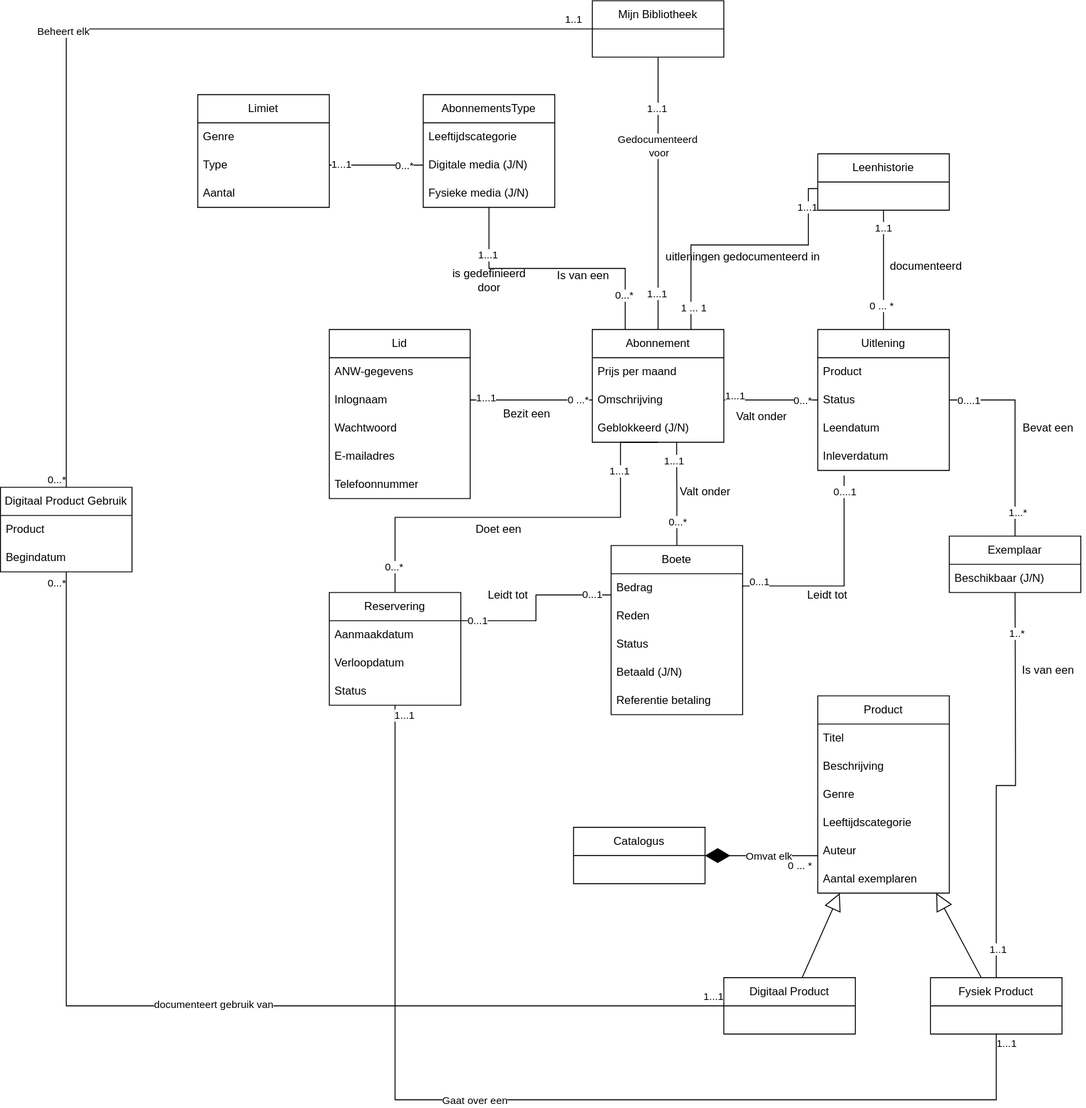
Above: documents/domain-model/domain-model.svg in pieter-groenendijk/oose-library-management-system (draw.io), before the change. Source tidied: cells renumbered, new cells last; positions are measured from the earlier drawing's top-left corner, leaving out a move shared by most shapes.
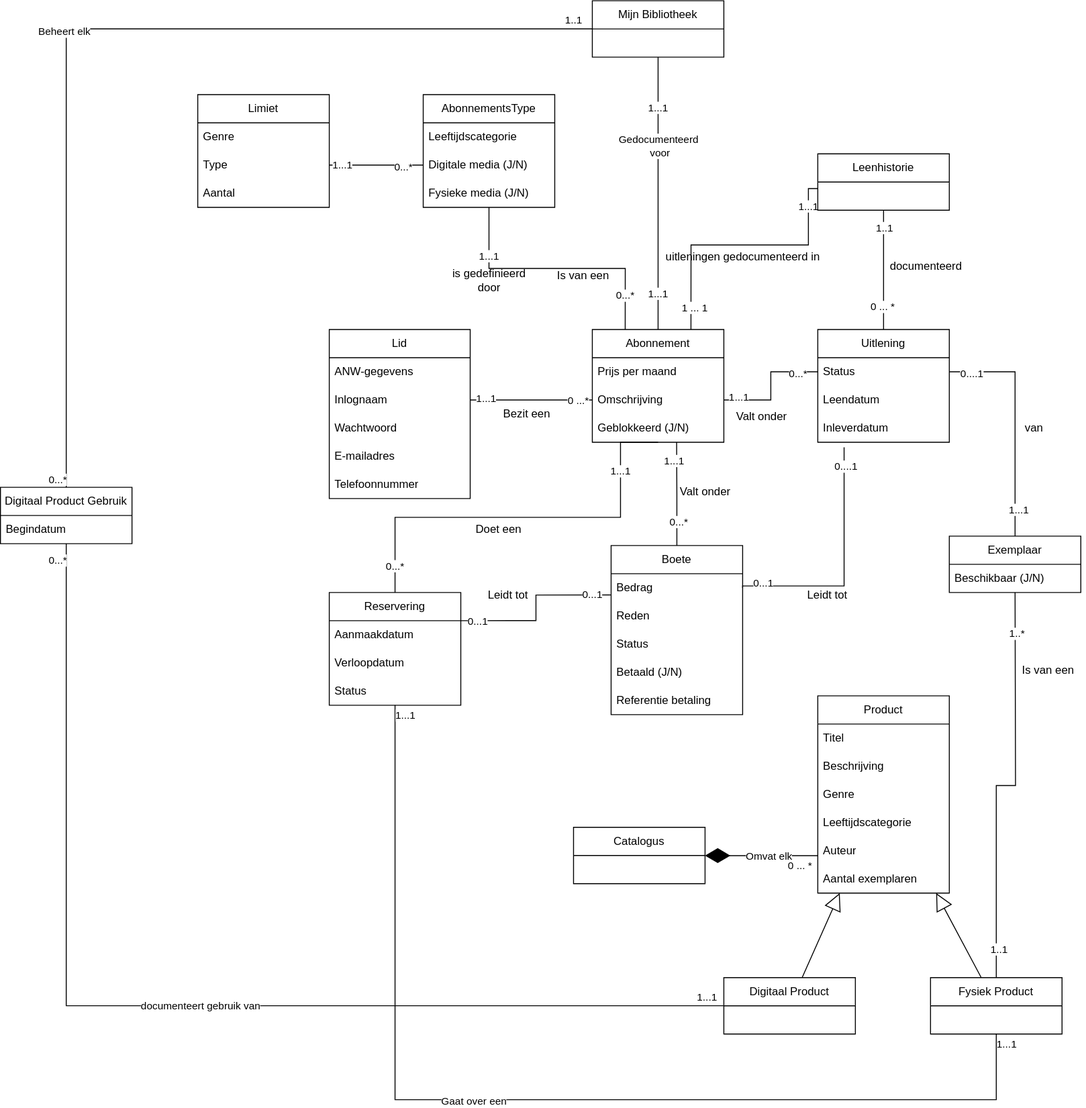
After the change.

Commit message:
Improved 'uitlening' concept, see domain-model-changes.md

The edit, as a diff of the source:
```diff
@@ -78,19 +78,16 @@
       <mxGeometry x="0.76" relative="1" as="geometry" />
     </mxCell>
     <mxCell id="25" value="Uitlening" style="swimlane;fontStyle=0;horizontal=1;startSize=30;whiteSpace=wrap;html=1;" parent="1" vertex="1">
-      <mxGeometry x="870" y="350" width="140" height="150" as="geometry" />
+      <mxGeometry x="870" y="350" width="140" height="120" as="geometry" />
     </mxCell>
-    <mxCell id="26" value="Product" style="text;strokeColor=none;fillColor=none;align=left;verticalAlign=middle;spacingLeft=4;spacingRight=4;overflow=hidden;whiteSpace=wrap;html=1;" parent="25" vertex="1">
-      <mxGeometry y="30" width="140" height="30" as="geometry" />
-    </mxCell>
     <mxCell id="27" value="Status" style="text;strokeColor=none;fillColor=none;align=left;verticalAlign=middle;spacingLeft=4;spacingRight=4;overflow=hidden;points=[[0,0.5],[1,0.5]];portConstraint=eastwest;whiteSpace=wrap;html=1;" parent="25" vertex="1">
-      <mxGeometry y="60" width="140" height="30" as="geometry" />
+      <mxGeometry y="30" width="140" height="30" as="geometry" />
     </mxCell>
     <mxCell id="28" value="Leendatum" style="text;strokeColor=none;fillColor=none;align=left;verticalAlign=middle;spacingLeft=4;spacingRight=4;overflow=hidden;whiteSpace=wrap;html=1;" parent="25" vertex="1">
-      <mxGeometry y="90" width="140" height="30" as="geometry" />
+      <mxGeometry y="60" width="140" height="30" as="geometry" />
     </mxCell>
     <mxCell id="29" value="Inleverdatum" style="text;strokeColor=none;fillColor=none;align=left;verticalAlign=middle;spacingLeft=4;spacingRight=4;overflow=hidden;points=[[0,0.5],[1,0.5]];portConstraint=eastwest;whiteSpace=wrap;html=1;" parent="25" vertex="1">
-      <mxGeometry y="120" width="140" height="30" as="geometry" />
+      <mxGeometry y="90" width="140" height="30" as="geometry" />
     </mxCell>
     <mxCell id="30" value="Product" style="swimlane;fontStyle=0;horizontal=1;startSize=30;whiteSpace=wrap;html=1;" parent="1" vertex="1">
       <mxGeometry x="870" y="740" width="140" height="210" as="geometry" />
@@ -179,7 +176,7 @@
     <mxCell id="56" style="edgeStyle=orthogonalEdgeStyle;rounded=0;jettySize=auto;html=1;exitX=1;exitY=0.5;exitDx=0;exitDy=0;endArrow=none;endFill=0;entryX=0.5;entryY=0;entryDx=0;entryDy=0;" parent="1" edge="1" source="27" target="48">
       <mxGeometry relative="1" as="geometry" />
     </mxCell>
-    <mxCell id="57" value="1...*" style="edgeLabel;html=1;align=center;verticalAlign=middle;" parent="56" vertex="1">
+    <mxCell id="57" value="1...1" style="edgeLabel;html=1;align=center;verticalAlign=middle;" parent="56" vertex="1">
       <mxGeometry x="0.76" y="3" relative="1" as="geometry" />
     </mxCell>
     <mxCell id="58" value="0....1" style="edgeLabel;html=1;align=center;verticalAlign=middle;" parent="56" vertex="1">
@@ -281,8 +278,8 @@
     <mxCell id="88" value="Is van een" style="text;html=1;align=center;verticalAlign=middle;strokeColor=none;fillColor=none;" parent="1" vertex="1">
       <mxGeometry x="1075" y="698" width="80" height="30" as="geometry" />
     </mxCell>
-    <mxCell id="89" value="Bevat een" style="text;html=1;align=center;verticalAlign=middle;strokeColor=none;fillColor=none;" parent="1" vertex="1">
-      <mxGeometry x="1075" y="440" width="80" height="30" as="geometry" />
+    <mxCell id="89" value="van" style="text;html=1;align=center;verticalAlign=middle;strokeColor=none;fillColor=none;" parent="1" vertex="1">
+      <mxGeometry x="1080" y="440" width="40" height="30" as="geometry" />
     </mxCell>
     <mxCell id="90" value="Valt onder" style="text;html=1;align=center;verticalAlign=middle;strokeColor=none;fillColor=none;" parent="1" vertex="1">
       <mxGeometry x="710" y="508" width="80" height="30" as="geometry" />
@@ -356,13 +353,10 @@
       <mxGeometry x="0.07" y="-3" relative="1" as="geometry" />
     </mxCell>
     <mxCell id="110" value="Digitaal Product Gebruik" style="swimlane;fontStyle=0;horizontal=1;startSize=30;whiteSpace=wrap;html=1;" parent="1" vertex="1">
-      <mxGeometry y="518" width="140" height="90" as="geometry" />
+      <mxGeometry y="518" width="140" height="60" as="geometry" />
     </mxCell>
-    <mxCell id="111" value="Product" style="text;strokeColor=none;fillColor=none;align=left;verticalAlign=middle;spacingLeft=4;spacingRight=4;overflow=hidden;whiteSpace=wrap;html=1;" parent="110" vertex="1">
-      <mxGeometry y="30" width="140" height="30" as="geometry" />
-    </mxCell>
     <mxCell id="112" value="Begindatum" style="text;strokeColor=none;fillColor=none;align=left;verticalAlign=middle;spacingLeft=4;spacingRight=4;overflow=hidden;whiteSpace=wrap;html=1;" parent="110" vertex="1">
-      <mxGeometry y="60" width="140" height="30" as="geometry" />
+      <mxGeometry y="30" width="140" height="30" as="geometry" />
     </mxCell>
     <mxCell id="113" style="edgeStyle=orthogonalEdgeStyle;rounded=0;jettySize=auto;html=1;endArrow=none;endFill=0;" parent="1" edge="1" source="98" target="110">
       <mxGeometry relative="1" as="geometry" />
```
